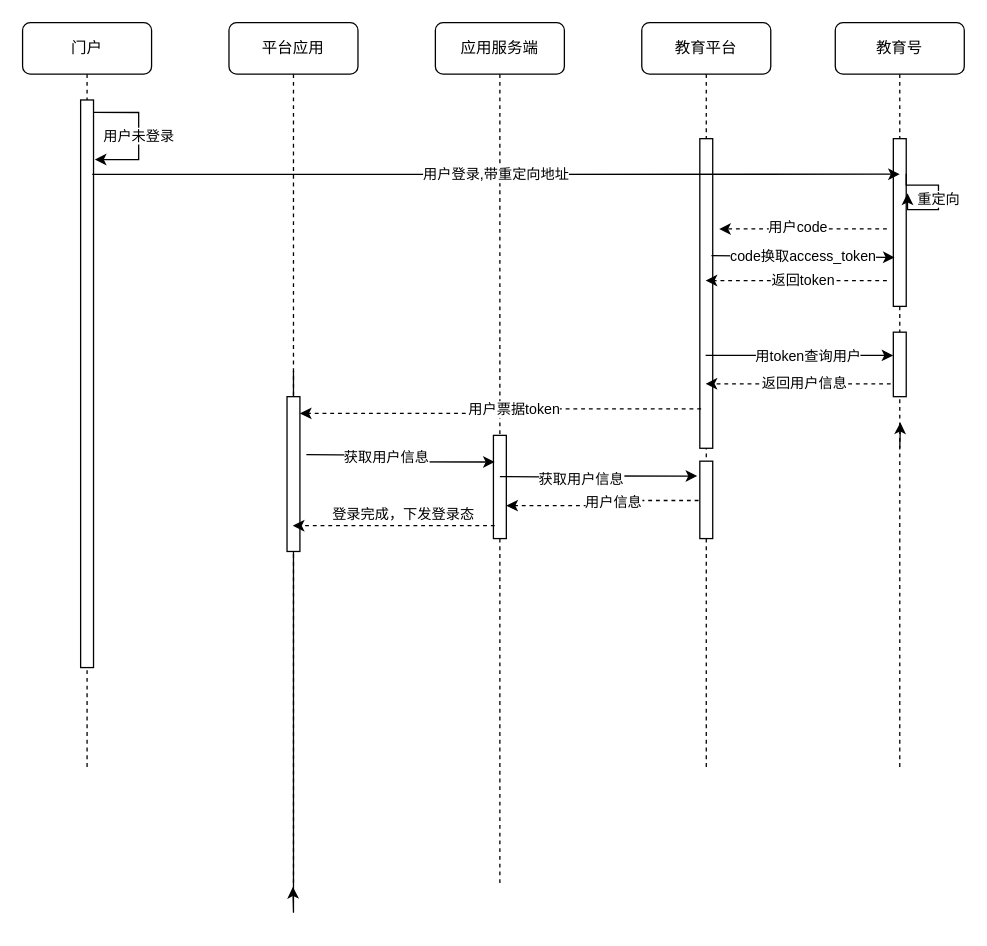
liangdengming/diagrams keeps this draw.io diagram as 平台应用登录流程.drawio. Above is the earlier version. Source tidied: cells renumbered, new cells numbered last; positions are measured from the earlier drawing's top-left corner, leaving out a move shared by most shapes. Both pictures are drawn from the tidied source at 129%, with x=0, y=0 at pixel (22, 22).
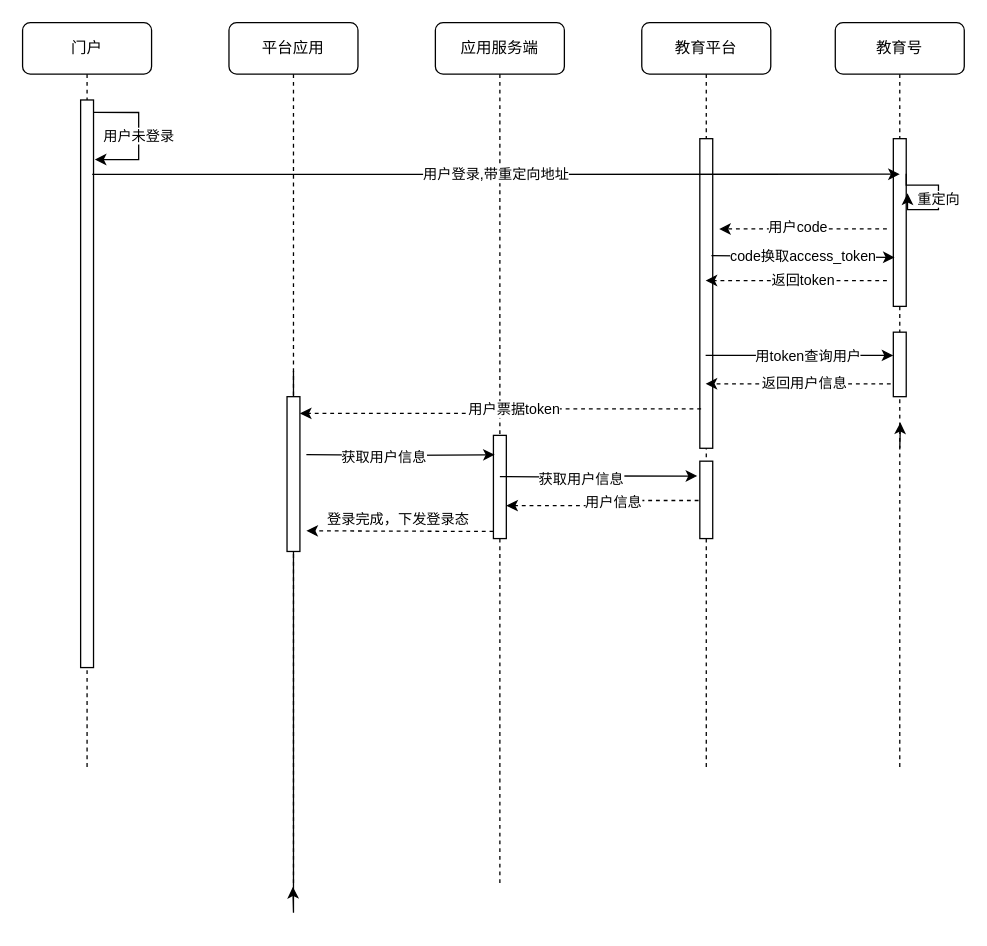
After the change.

Commit message (it also covers changes not shown here):
更新平台应用登录流程.drawio

Unchanged cells that the change refers to:
```xml
<mxCell id="2" value="平台应用" style="shape=umlLifeline;perimeter=lifelinePerimeter;whiteSpace=wrap;html=1;outlineConnect=0;rounded=1;shadow=0;comic=0;labelBackgroundColor=none;strokeWidth=1;fontFamily=Verdana;fontSize=12;align=center;" parent="1" vertex="1">
  <mxGeometry x="160" width="100" height="670" as="geometry" />
</mxCell>
<mxCell id="9" style="html=1;points=[];perimeter=orthogonalPerimeter;rounded=0;shadow=0;comic=0;labelBackgroundColor=none;strokeWidth=1;fontFamily=Verdana;fontSize=12;align=center;" parent="6" vertex="1">
  <mxGeometry x="45" y="320" width="10" height="80" as="geometry" />
</mxCell>
```

What changed in the source:
```diff
@@
-    <mxCell id="24" style="rounded=0;jettySize=auto;html=1;elbow=vertical;dashed=1;exitX=0.1;exitY=0.875;exitDx=0;exitDy=0;exitPerimeter=0;" parent="1" edge="1" source="9" target="2">
-      <mxGeometry relative="1" as="geometry" />
+    <mxCell id="24" style="rounded=0;jettySize=auto;html=1;elbow=vertical;dashed=1;exitX=0;exitY=0.931;exitDx=0;exitDy=0;exitPerimeter=0;" parent="1" edge="1" source="9">
+      <mxGeometry relative="1" as="geometry">
+        <mxPoint x="220" y="394" as="targetPoint" />
+      </mxGeometry>
     </mxCell>
     <mxCell id="25" value="登录完成，下发登录态" style="edgeLabel;html=1;align=center;verticalAlign=middle;" parent="24" vertex="1">
       <mxGeometry x="-0.31" y="-1" relative="1" as="geometry">
-        <mxPoint x="-18" y="-9" as="offset" />
+        <mxPoint x="-25" y="-9" as="offset" />
       </mxGeometry>
     </mxCell>
@@
-    <mxCell id="40" style="edgeStyle=orthogonalEdgeStyle;rounded=0;jettySize=auto;html=1;entryX=0.1;entryY=0.258;entryDx=0;entryDy=0;entryPerimeter=0;" parent="1" edge="1" target="9">
+    <mxCell id="40" style="edgeStyle=orthogonalEdgeStyle;rounded=0;jettySize=auto;html=1;entryX=0.1;entryY=0.188;entryDx=0;entryDy=0;entryPerimeter=0;" parent="1" edge="1" target="9">
       <mxGeometry relative="1" as="geometry">
         <mxPoint x="220" y="335" as="sourcePoint" />
       </mxGeometry>
     </mxCell>
```
